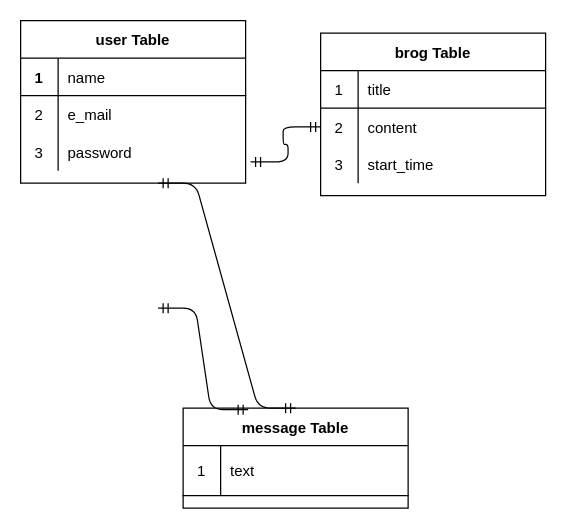
Earlier version of the draw.io diagram test.dio (Ogata0919/chokinomikuji). Source tidied: cells renumbered, new cells numbered last; positions are measured from the earlier drawing's top-left corner, leaving out a move shared by most shapes. Both pictures are drawn from the tidied source at 125%, with x=0, y=0 at pixel (20, 20).
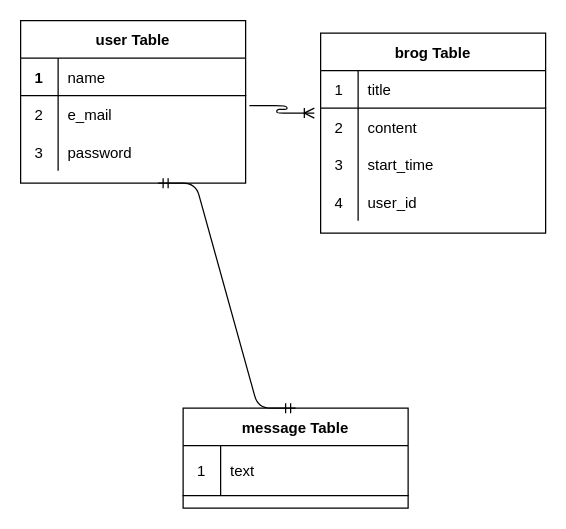
Above is the later version.

The change refers to these unchanged cells:
```xml
<mxCell id="6" style="shape=partialRectangle;fillColor=none;top=0;left=0;bottom=0;right=0;points=[[0,0.5],[1,0.5]];portConstraint=eastwest;" parent="2" vertex="1">
  <mxGeometry y="60" width="180" height="30" as="geometry" />
</mxCell>
<mxCell id="9" style="shape=partialRectangle;fillColor=none;top=0;left=0;bottom=0;right=0;points=[[0,0.5],[1,0.5]];portConstraint=eastwest;" parent="2" vertex="1">
  <mxGeometry y="90" width="180" height="30" as="geometry" />
</mxCell>
<mxCell id="16" style="shape=partialRectangle;fillColor=none;top=0;left=0;bottom=0;right=0;points=[[0,0.5],[1,0.5]];portConstraint=eastwest;" parent="12" vertex="1">
  <mxGeometry y="60" width="180" height="30" as="geometry" />
</mxCell>
<mxCell id="22" value="message Table" style="shape=table;startSize=30;childLayout=tableLayout;rowLines=0;fontStyle=1;align=center;" parent="1" vertex="1">
  <mxGeometry x="130" y="310" width="180" height="80" as="geometry" />
</mxCell>
```

What changed in the source:
```diff
@@
     <mxCell id="12" value="brog Table" style="shape=table;startSize=30;childLayout=tableLayout;rowLines=0;fontStyle=1;align=center;" parent="1" vertex="1">
-      <mxGeometry x="240" y="10" width="180" height="130" as="geometry" />
+      <mxGeometry x="240" y="10" width="180" height="160" as="geometry" />
     </mxCell>
@@
+    <mxCell id="29" style="shape=partialRectangle;fillColor=none;top=0;left=0;bottom=0;right=0;" parent="12" vertex="1">
+      <mxGeometry y="120" width="180" height="30" as="geometry" />
+    </mxCell>
+    <mxCell id="30" value="4" style="shape=partialRectangle;fillColor=none;top=0;left=0;bottom=0;right=0;overflow=hidden;" parent="29" vertex="1">
+      <mxGeometry width="30" height="30" as="geometry" />
+    </mxCell>
+    <mxCell id="31" value="user_id" style="shape=partialRectangle;fillColor=none;top=0;left=0;bottom=0;right=0;align=left;spacingLeft=6;overflow=hidden;" parent="29" vertex="1">
+      <mxGeometry x="30" width="150" height="30" as="geometry" />
+    </mxCell>
@@
-    <mxCell id="26" style="edgeStyle=entityRelationEdgeStyle;fontSize=12;html=1;endArrow=ERmandOne;startArrow=ERmandOne;exitX=1.022;exitY=0.767;exitDx=0;exitDy=0;exitPerimeter=0;entryX=0;entryY=0.5;entryDx=0;entryDy=0;" parent="1" edge="1" source="9" target="16">
-      <mxGeometry relative="1" as="geometry" />
-    </mxCell>
-    <mxCell id="27" style="edgeStyle=entityRelationEdgeStyle;fontSize=12;html=1;endArrow=ERmandOne;startArrow=ERmandOne;entryX=0.289;entryY=0.015;entryDx=0;entryDy=0;entryPerimeter=0;exitX=1;exitY=0.5;exitDx=0;exitDy=0;" parent="1" edge="1" target="22">
-      <mxGeometry relative="1" as="geometry">
-        <mxPoint x="110" y="230" as="sourcePoint" />
-      </mxGeometry>
-    </mxCell>
@@
+    <mxCell id="32" style="edgeStyle=entityRelationEdgeStyle;fontSize=12;html=1;endArrow=ERoneToMany;exitX=1.017;exitY=0.267;exitDx=0;exitDy=0;exitPerimeter=0;entryX=-0.028;entryY=0.133;entryDx=0;entryDy=0;entryPerimeter=0;" parent="1" edge="1" source="6" target="16">
+      <mxGeometry relative="1" as="geometry" />
+    </mxCell>
```
